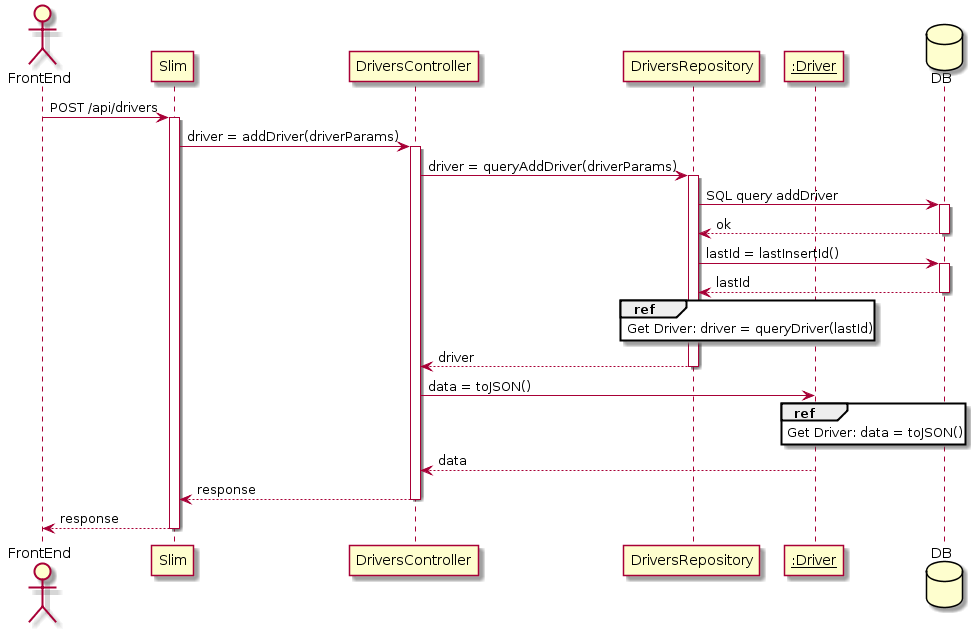
This is docs/BackEnd/SequenceDiagram/AddDriver.png from malvinkooo/taxiSystem, a PlantUML export, as it was before one commit. Its diagram source:
```plantuml
@startuml
actor FrontEnd
participant Slim
participant DriversController
participant DriversRepository
participant "__:Driver__" as Driver
database DB

FrontEnd -> Slim : POST /api/drivers
activate Slim
Slim -> DriversController : driver = addDriver(driverParams)
activate DriversController
DriversController -> DriversRepository : driver = queryAddDriver(driverParams)
activate DriversRepository
DriversRepository -> DB : SQL query addDriver
activate DB
DB --> DriversRepository : ok
deactivate DB
DriversRepository -> DB : lastId = lastInsertId()
activate DB
DB --> DriversRepository : lastId
deactivate DB

ref over DriversRepository
Get Driver: driver = queryDriver(lastId)
end ref

DriversRepository --> DriversController : driver
deactivate DriversRepository

DriversController -> Driver : data = toJSON()
ref over Driver
Get Driver: data = toJSON()
end ref

Driver --> DriversController : data
deactivate Driver
DriversController --> Slim : response
deactivate DriversController
Slim --> FrontEnd : response
deactivate Slim
@enduml
```
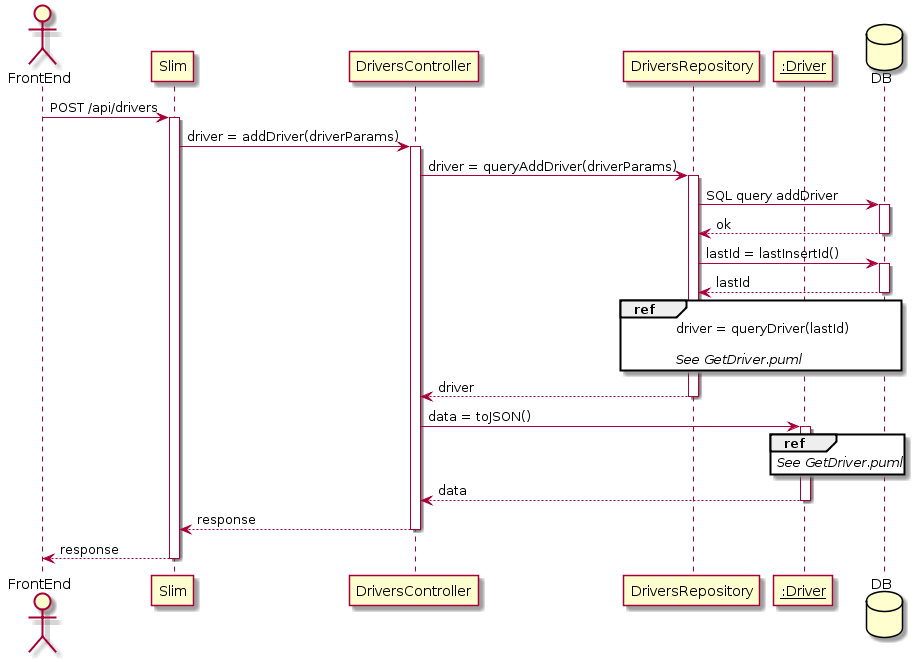
The same diagram one commit later.

What changed in the source:
```diff
@@ -21,16 +21,19 @@
 DB --> DriversRepository : lastId
 deactivate DB
 
-ref over DriversRepository
-Get Driver: driver = queryDriver(lastId)
+ref over DriversRepository, DB
+driver = queryDriver(lastId)
+
+//See GetDriver.puml//
 end ref
 
 DriversRepository --> DriversController : driver
 deactivate DriversRepository
 
 DriversController -> Driver : data = toJSON()
+activate Driver
 ref over Driver
-Get Driver: data = toJSON()
+//See GetDriver.puml//
 end ref
 
 Driver --> DriversController : data
```
